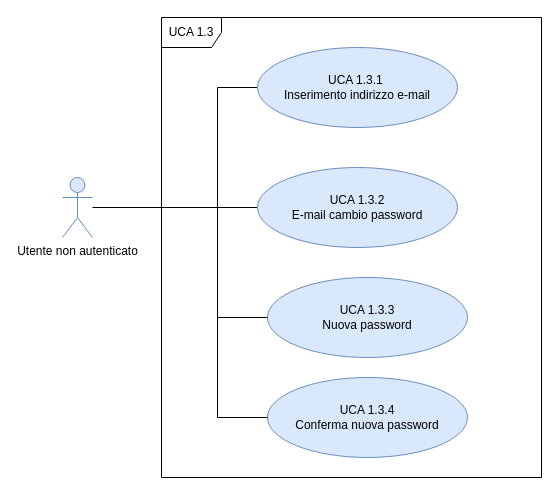
Above: page "Page-2" (1 of 5) of DocumentazioneEsterna/AnalisiDeiRequisiti/Sezioni/UseCase/draw.io/UC APP/UCA1.3.drawio in qb-team/Stalker-Documentazione (draw.io), before the change. Source tidied: cells renumbered, new cells numbered last; positions are measured from the earlier drawing's top-left corner, leaving out a move shared by most shapes. Both pictures are drawn from the tidied source at 100%, with x=0, y=0 at pixel (62, 17).
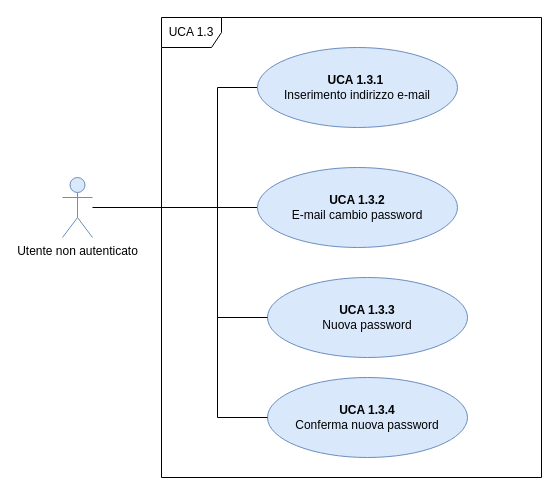
The same page after the edit.

Diff of the diagram source:
```diff
@@
 <mxGraphModel>
   <root>
     <mxCell id="0" />
     <mxCell id="1" parent="0" />
     <mxCell id="2" style="endArrow=none;html=1;entryX=0;entryY=0.5;entryDx=0;entryDy=0;" parent="1" edge="1" target="7">
       <mxGeometry relative="1" as="geometry">
         <mxPoint x="155" y="190" as="sourcePoint" />
       </mxGeometry>
     </mxCell>
     <mxCell id="3" style="edgeStyle=orthogonalEdgeStyle;rounded=0;jettySize=auto;html=1;entryX=0;entryY=0.5;entryDx=0;entryDy=0;endArrow=none;endFill=0;" parent="1" edge="1" source="4" target="6">
       <mxGeometry relative="1" as="geometry">
         <Array as="points">
           <mxPoint x="155" y="190" />
           <mxPoint x="155" y="70" />
         </Array>
       </mxGeometry>
     </mxCell>
     <mxCell id="4" value="Utente non autenticato" style="shape=umlActor;verticalLabelPosition=bottom;labelBackgroundColor=#ffffff;verticalAlign=top;html=1;outlineConnect=0;fillColor=#dae8fc;strokeColor=#6c8ebf;" parent="1" vertex="1">
       <mxGeometry y="160" width="30" height="60" as="geometry" />
     </mxCell>
     <mxCell id="5" value="UCA 1.3" style="shape=umlFrame;whiteSpace=wrap;html=1;" parent="1" vertex="1">
       <mxGeometry x="99" width="380" height="460" as="geometry" />
     </mxCell>
-    <mxCell id="6" value="UCA 1.3.1&amp;nbsp;&lt;br&gt;Inserimento indirizzo e-mail&lt;b&gt;&lt;br&gt;&lt;/b&gt;" style="ellipse;whiteSpace=wrap;html=1;fillColor=#dae8fc;strokeColor=#6c8ebf;" parent="1" vertex="1">
+    <mxCell id="6" value="&lt;b&gt;UCA 1.3.1&amp;nbsp;&lt;/b&gt;&lt;br&gt;Inserimento indirizzo e-mail&lt;b&gt;&lt;br&gt;&lt;/b&gt;" style="ellipse;whiteSpace=wrap;html=1;fillColor=#dae8fc;strokeColor=#6c8ebf;" parent="1" vertex="1">
       <mxGeometry x="195" y="30" width="200" height="80" as="geometry" />
     </mxCell>
-    <mxCell id="7" value="UCA 1.3.2&lt;br&gt;E-mail cambio password&lt;b&gt;&lt;br&gt;&lt;/b&gt;" style="ellipse;whiteSpace=wrap;html=1;fillColor=#dae8fc;strokeColor=#6c8ebf;" parent="1" vertex="1">
+    <mxCell id="7" value="&lt;b&gt;UCA 1.3.2&lt;/b&gt;&lt;br&gt;E-mail cambio password&lt;b&gt;&lt;br&gt;&lt;/b&gt;" style="ellipse;whiteSpace=wrap;html=1;fillColor=#dae8fc;strokeColor=#6c8ebf;" parent="1" vertex="1">
       <mxGeometry x="195" y="150" width="200" height="80" as="geometry" />
     </mxCell>
-    <mxCell id="8" value="UCA 1.3.3&lt;br&gt;Nuova password" style="ellipse;whiteSpace=wrap;html=1;fillColor=#dae8fc;strokeColor=#6c8ebf;" parent="1" vertex="1">
+    <mxCell id="8" value="&lt;b&gt;UCA 1.3.3&lt;br&gt;&lt;/b&gt;Nuova password" style="ellipse;whiteSpace=wrap;html=1;fillColor=#dae8fc;strokeColor=#6c8ebf;" parent="1" vertex="1">
       <mxGeometry x="205" y="260" width="200" height="80" as="geometry" />
     </mxCell>
-    <mxCell id="9" value="UCA 1.3.4&lt;br&gt;Conferma nuova password" style="ellipse;whiteSpace=wrap;html=1;fillColor=#dae8fc;strokeColor=#6c8ebf;" parent="1" vertex="1">
+    <mxCell id="9" value="&lt;b&gt;UCA 1.3.4&lt;/b&gt;&lt;br&gt;Conferma nuova password" style="ellipse;whiteSpace=wrap;html=1;fillColor=#dae8fc;strokeColor=#6c8ebf;" parent="1" vertex="1">
       <mxGeometry x="205" y="360" width="200" height="80" as="geometry" />
     </mxCell>
     <mxCell id="10" style="endArrow=none;html=1;" parent="1" edge="1">
       <mxGeometry relative="1" as="geometry">
         <mxPoint x="155" y="400" as="sourcePoint" />
         <mxPoint x="155" y="190" as="targetPoint" />
       </mxGeometry>
     </mxCell>
     <mxCell id="11" style="endArrow=none;html=1;entryX=0;entryY=0.5;entryDx=0;entryDy=0;" parent="1" edge="1" target="8">
       <mxGeometry relative="1" as="geometry">
         <mxPoint x="155" y="300" as="sourcePoint" />
       </mxGeometry>
     </mxCell>
     <mxCell id="12" style="endArrow=none;html=1;entryX=0;entryY=0.5;entryDx=0;entryDy=0;" parent="1" edge="1" target="9">
       <mxGeometry relative="1" as="geometry">
         <mxPoint x="155" y="400" as="sourcePoint" />
       </mxGeometry>
     </mxCell>
   </root>
 </mxGraphModel>
```
